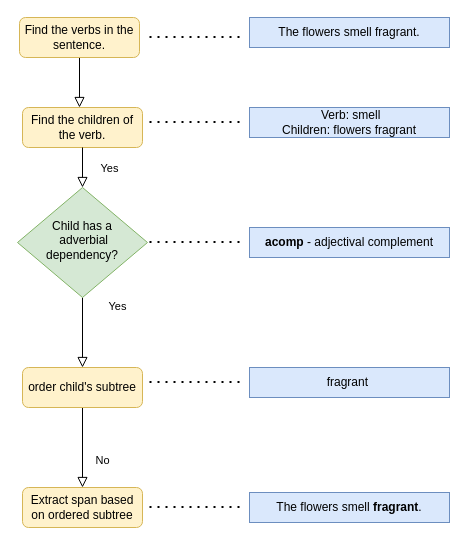
Earlier version of the draw.io diagram Resources/drawio/finding_adverbial_spans.drawio (johnosbb/NLP). Source tidied: cells renumbered, new cells numbered last; positions are measured from the earlier drawing's top-left corner, leaving out a move shared by most shapes. Both pictures are drawn from the tidied source at 100%, with x=0, y=0 at pixel (17, 17).
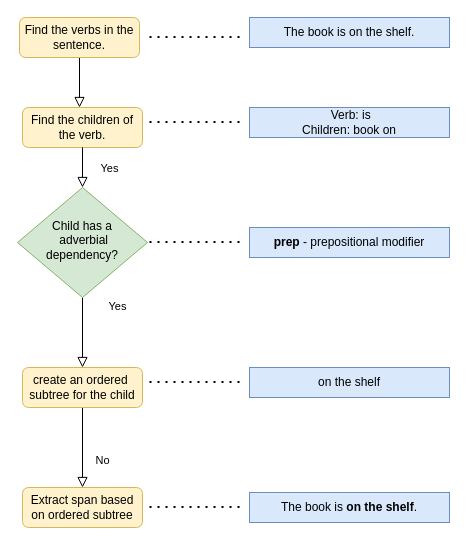
Above is the later version.

Commit message (it also covers changes not shown here):
Added new diagram for adverbials

The edit, as a diff of the source:
```diff
@@
-    <mxCell id="9" value="order child's subtree" style="rounded=1;whiteSpace=wrap;html=1;fontSize=12;glass=0;strokeWidth=1;shadow=0;fillColor=#fff2cc;strokeColor=#d6b656;" parent="1" vertex="1">
+    <mxCell id="9" value="create an ordered&amp;nbsp; subtree for the child" style="rounded=1;whiteSpace=wrap;html=1;fontSize=12;glass=0;strokeWidth=1;shadow=0;fillColor=#fff2cc;strokeColor=#d6b656;" parent="1" vertex="1">
       <mxGeometry x="5" y="350" width="120" height="40" as="geometry" />
     </mxCell>
-    <mxCell id="10" value="The flowers smell fragrant." style="rounded=0;whiteSpace=wrap;html=1;hachureGap=4;fillColor=#dae8fc;strokeColor=#6c8ebf;" parent="1" vertex="1">
+    <mxCell id="10" value="The book is on the shelf." style="rounded=0;whiteSpace=wrap;html=1;hachureGap=4;fillColor=#dae8fc;strokeColor=#6c8ebf;" parent="1" vertex="1">
       <mxGeometry x="232" width="200" height="30" as="geometry" />
     </mxCell>
-    <mxCell id="11" value="&amp;nbsp;Verb: smell&lt;br&gt;Children:&amp;nbsp;flowers fragrant" style="rounded=0;whiteSpace=wrap;html=1;hachureGap=4;fillColor=#dae8fc;strokeColor=#6c8ebf;" parent="1" vertex="1">
+    <mxCell id="11" value="&amp;nbsp;Verb: is&lt;br&gt;Children: book on" style="rounded=0;whiteSpace=wrap;html=1;hachureGap=4;fillColor=#dae8fc;strokeColor=#6c8ebf;" parent="1" vertex="1">
       <mxGeometry x="232" y="90" width="200" height="30" as="geometry" />
     </mxCell>
-    <mxCell id="12" value="fragrant&amp;nbsp;" style="rounded=0;whiteSpace=wrap;html=1;hachureGap=4;fillColor=#dae8fc;strokeColor=#6c8ebf;" parent="1" vertex="1">
+    <mxCell id="12" value="on the shelf" style="rounded=0;whiteSpace=wrap;html=1;hachureGap=4;fillColor=#dae8fc;strokeColor=#6c8ebf;" parent="1" vertex="1">
       <mxGeometry x="232" y="350" width="200" height="30" as="geometry" />
     </mxCell>
-    <mxCell id="13" value="The flowers smell &lt;b&gt;fragrant&lt;/b&gt;." style="rounded=0;whiteSpace=wrap;html=1;hachureGap=4;fillColor=#dae8fc;strokeColor=#6c8ebf;" parent="1" vertex="1">
+    <mxCell id="13" value="The book is &lt;b&gt;on the shelf&lt;/b&gt;." style="rounded=0;whiteSpace=wrap;html=1;hachureGap=4;fillColor=#dae8fc;strokeColor=#6c8ebf;" parent="1" vertex="1">
       <mxGeometry x="232" y="475" width="200" height="30" as="geometry" />
     </mxCell>
-    <mxCell id="14" value="&lt;b&gt;acomp&lt;/b&gt;&amp;nbsp;- adjectival complement" style="rounded=0;whiteSpace=wrap;html=1;hachureGap=4;fillColor=#dae8fc;strokeColor=#6c8ebf;" parent="1" vertex="1">
+    <mxCell id="14" value="&lt;b&gt;prep&lt;/b&gt;&amp;nbsp;- prepositional modifier" style="rounded=0;whiteSpace=wrap;html=1;hachureGap=4;fillColor=#dae8fc;strokeColor=#6c8ebf;" parent="1" vertex="1">
       <mxGeometry x="232" y="210" width="200" height="30" as="geometry" />
     </mxCell>
```
